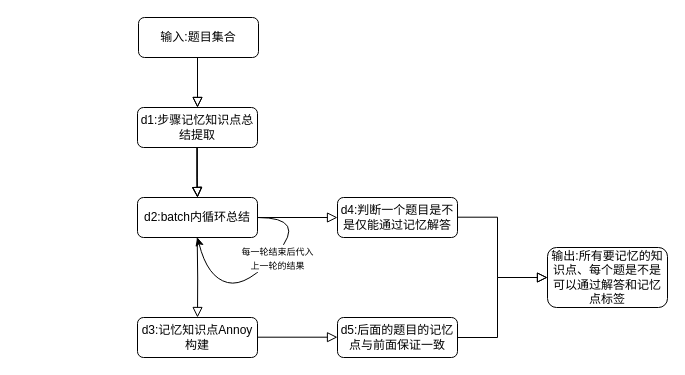
The draw.io diagram 未命名绘图.drawio in urrethless/somework_graph-flow, before the edit. Source tidied: cells renumbered, new cells numbered last; positions are measured from the earlier drawing's top-left corner, leaving out a move shared by most shapes. Both pictures are drawn from the tidied source at 100%, with x=0, y=0 at pixel (137, 17).
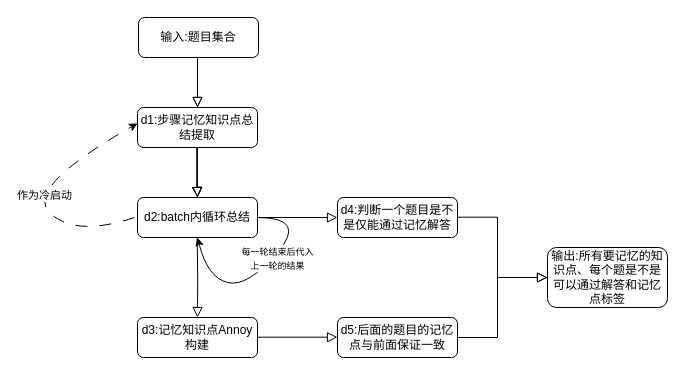
Above is the later version.

Commit message:
更新未命名绘图.drawio

Change to the diagram source:
```diff
@@
+    <mxCell id="21" style="curved=1;endArrow=classic;html=1;rounded=0;exitX=0;exitY=0.5;exitDx=0;exitDy=0;entryX=0.025;entryY=0.397;entryDx=0;entryDy=0;entryPerimeter=0;dashed=1;dashPattern=12 12;" parent="1" edge="1">
+      <mxGeometry relative="1" as="geometry">
+        <mxPoint x="-3" y="200" as="sourcePoint" />
+        <mxPoint y="105.9" as="targetPoint" />
+        <Array as="points">
+          <mxPoint x="-63" y="220" />
+          <mxPoint x="-113" y="170" />
+        </Array>
+      </mxGeometry>
+    </mxCell>
+    <mxCell id="22" value="作为冷启动" style="edgeLabel;html=1;align=center;verticalAlign=middle;" parent="21" vertex="1">
+      <mxGeometry x="-0.13" y="-9" relative="1" as="geometry" />
+    </mxCell>
```
